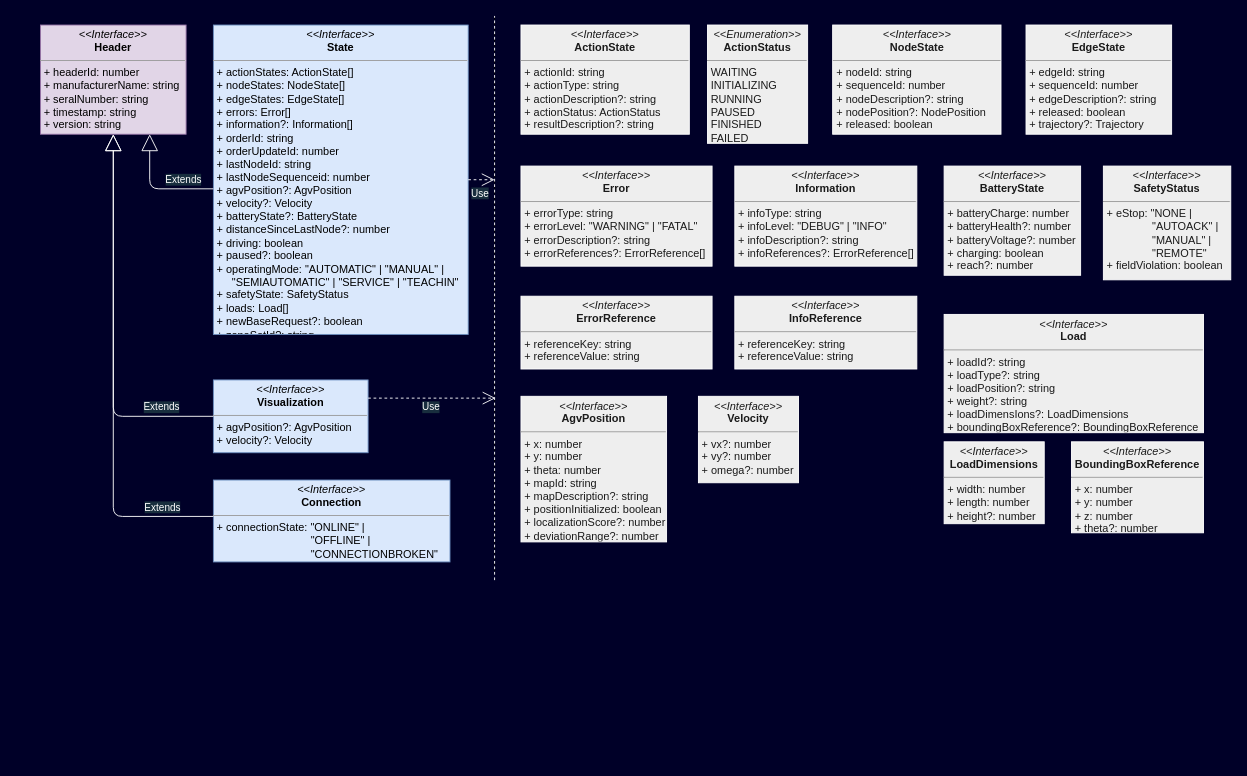
Above: page "vda-5050-object-types-2" (2 of 4) of docs/slides/vda-5050-uml.drawio in coatyio/vda-5050-lib.js (draw.io), before the change. Source tidied: cells renumbered, new cells numbered last; positions are measured from the earlier drawing's top-left corner, leaving out a move shared by most shapes. Both pictures are drawn from the tidied source at 91%, with x=0, y=0 at pixel (40, 15).
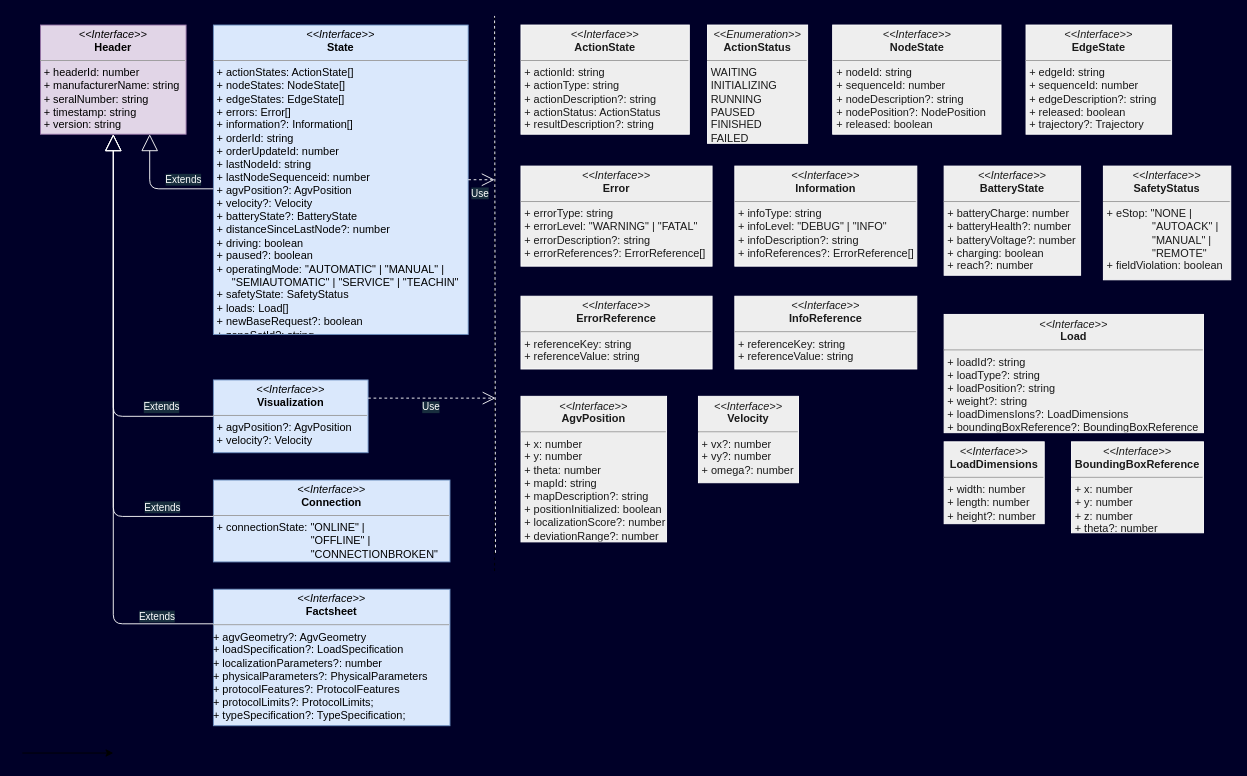
The same page after the edit.

Diff of the diagram source:
```diff
@@
     <mxCell id="26" style="endArrow=none;dashed=1;html=1;strokeColor=#FFFFFF;" parent="1" edge="1">
       <mxGeometry relative="1" as="geometry">
-        <mxPoint x="499" y="620" as="sourcePoint" />
+        <mxPoint x="500" y="590" as="sourcePoint" />
         <mxPoint x="499" as="targetPoint" />
       </mxGeometry>
     </mxCell>
@@
+    <mxCell id="28" value="&lt;p style=&quot;margin: 0px ; margin-top: 4px ; text-align: center&quot;&gt;&lt;i&gt;&amp;lt;&amp;lt;Interface&amp;gt;&amp;gt;&lt;/i&gt;&lt;br&gt;&lt;b&gt;Factsheet&lt;/b&gt;&lt;/p&gt;&lt;hr size=&quot;1&quot;&gt;&lt;p style=&quot;margin: 0px 0px 0px 4px&quot;&gt;&lt;/p&gt;+ agvGeometry?: AgvGeometry&lt;br&gt;+&amp;nbsp;loadSpecification?: LoadSpecification&lt;br&gt;+ localizationParameters?: number&lt;br&gt;+ physicalParameters?: PhysicalParameters&lt;br&gt;+ protocolFeatures?: ProtocolFeatures&lt;br&gt;+&amp;nbsp;protocolLimits?: ProtocolLimits;&lt;br&gt;+&amp;nbsp;typeSpecification?: TypeSpecification;" style="verticalAlign=top;align=left;overflow=fill;fontSize=12;fontFamily=Helvetica;html=1;fillColor=#dae8fc;strokeColor=#6c8ebf;" parent="1" vertex="1">
+      <mxGeometry x="190" y="630" width="260" height="150" as="geometry" />
+    </mxCell>
+    <mxCell id="29" value="Extends" style="endArrow=block;endSize=16;endFill=0;html=1;shadow=0;exitX=0.5;exitY=0;exitDx=0;exitDy=0;labelBackgroundColor=#182E3E;strokeColor=#FFFFFF;fontColor=#FFFFFF;jumpStyle=none;" parent="1" edge="1">
+      <mxGeometry x="-0.81" y="-8" relative="1" as="geometry">
+        <mxPoint x="190" y="668" as="sourcePoint" />
+        <mxPoint x="80" y="130" as="targetPoint" />
+        <Array as="points">
+          <mxPoint x="190" y="668" />
+          <mxPoint x="80" y="668" />
+        </Array>
+      </mxGeometry>
+    </mxCell>
+    <mxCell id="30" style="edgeStyle=none;orthogonalLoop=1;jettySize=auto;html=1;rounded=0;" parent="1" edge="1">
+      <mxGeometry relative="1" as="geometry">
+        <mxPoint x="-20" y="810" as="sourcePoint" />
+        <mxPoint x="80" y="810" as="targetPoint" />
+      </mxGeometry>
+    </mxCell>
```
